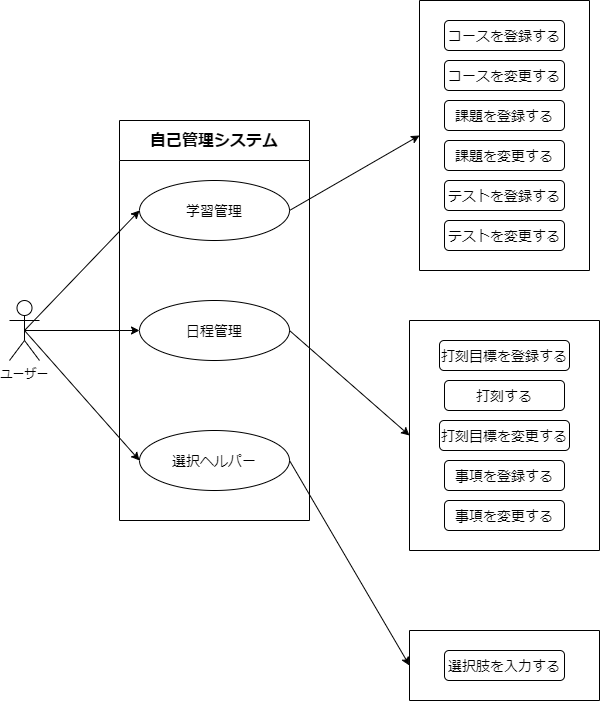
Hu-Hanxu/First-App-Self-Management- keeps this draw.io diagram as Usecase.drawio.png. Above is the earlier version. Source tidied: cells renumbered, new cells last; positions are measured from the earlier drawing's top-left corner, leaving out a move shared by most shapes.
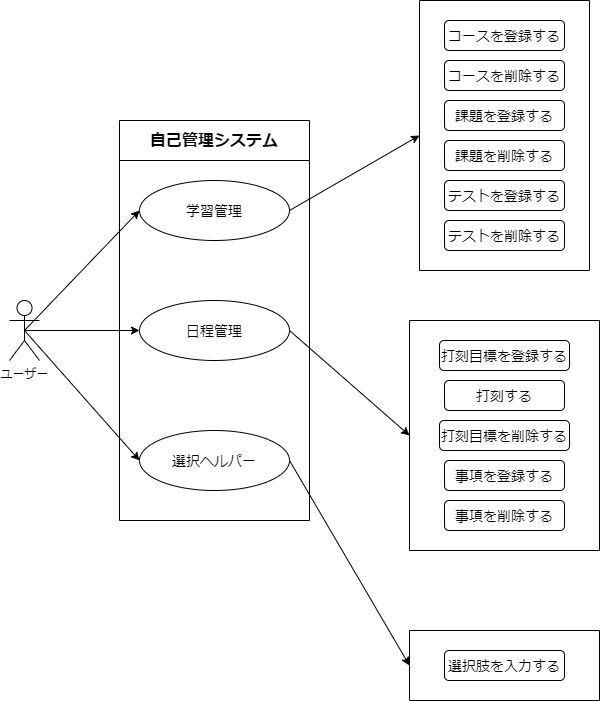
Later version of the same file.

Commit message:
ユースケース図の変更

Change to the diagram source:
```diff
@@ -32,19 +32,19 @@
     <mxCell id="11" value="&lt;font style=&quot;font-size: 14px;&quot;&gt;コースを登録する&lt;/font&gt;" style="rounded=1;whiteSpace=wrap;html=1;fontSize=16;" parent="10" vertex="1">
       <mxGeometry x="25" y="20" width="120" height="30" as="geometry" />
     </mxCell>
-    <mxCell id="12" value="&lt;font style=&quot;font-size: 14px;&quot;&gt;コースを変更する&lt;/font&gt;" style="rounded=1;whiteSpace=wrap;html=1;fontSize=16;" parent="10" vertex="1">
+    <mxCell id="12" value="&lt;font style=&quot;font-size: 14px;&quot;&gt;コースを削除する&lt;/font&gt;" style="rounded=1;whiteSpace=wrap;html=1;fontSize=16;" parent="10" vertex="1">
       <mxGeometry x="25" y="60" width="120" height="30" as="geometry" />
     </mxCell>
     <mxCell id="13" value="&lt;font style=&quot;font-size: 14px;&quot;&gt;課題を登録する&lt;/font&gt;" style="rounded=1;whiteSpace=wrap;html=1;fontSize=16;" parent="10" vertex="1">
       <mxGeometry x="25" y="100" width="120" height="30" as="geometry" />
     </mxCell>
-    <mxCell id="14" value="&lt;font style=&quot;font-size: 14px;&quot;&gt;課題を変更する&lt;/font&gt;" style="rounded=1;whiteSpace=wrap;html=1;fontSize=16;" parent="10" vertex="1">
+    <mxCell id="14" value="&lt;font style=&quot;font-size: 14px;&quot;&gt;課題を削除する&lt;/font&gt;" style="rounded=1;whiteSpace=wrap;html=1;fontSize=16;" parent="10" vertex="1">
       <mxGeometry x="25" y="140" width="120" height="30" as="geometry" />
     </mxCell>
     <mxCell id="15" value="&lt;font style=&quot;font-size: 14px;&quot;&gt;テストを登録する&lt;/font&gt;" style="rounded=1;whiteSpace=wrap;html=1;fontSize=16;" parent="10" vertex="1">
       <mxGeometry x="25" y="180" width="120" height="30" as="geometry" />
     </mxCell>
-    <mxCell id="16" value="&lt;font style=&quot;font-size: 14px;&quot;&gt;テストを変更する&lt;/font&gt;" style="rounded=1;whiteSpace=wrap;html=1;fontSize=16;" parent="10" vertex="1">
+    <mxCell id="16" value="&lt;font style=&quot;font-size: 14px;&quot;&gt;テストを削除する&lt;/font&gt;" style="rounded=1;whiteSpace=wrap;html=1;fontSize=16;" parent="10" vertex="1">
       <mxGeometry x="25" y="220" width="120" height="30" as="geometry" />
     </mxCell>
     <mxCell id="17" style="edgeStyle=none;html=1;exitX=1;exitY=0.5;exitDx=0;exitDy=0;entryX=0;entryY=0.5;entryDx=0;entryDy=0;fontSize=14;" parent="1" edge="1" source="7" target="10">
@@ -59,13 +59,13 @@
     <mxCell id="20" value="&lt;font style=&quot;font-size: 14px;&quot;&gt;打刻する&lt;/font&gt;" style="rounded=1;whiteSpace=wrap;html=1;fontSize=16;" parent="18" vertex="1">
       <mxGeometry x="35" y="60" width="120" height="30" as="geometry" />
     </mxCell>
-    <mxCell id="21" value="&lt;font style=&quot;font-size: 14px;&quot;&gt;打刻目標を変更する&lt;/font&gt;" style="rounded=1;whiteSpace=wrap;html=1;fontSize=16;" parent="18" vertex="1">
+    <mxCell id="21" value="&lt;font style=&quot;font-size: 14px;&quot;&gt;打刻目標を削除する&lt;/font&gt;" style="rounded=1;whiteSpace=wrap;html=1;fontSize=16;" parent="18" vertex="1">
       <mxGeometry x="30" y="100" width="130" height="30" as="geometry" />
     </mxCell>
     <mxCell id="22" value="&lt;font style=&quot;font-size: 14px;&quot;&gt;事項を登録する&lt;/font&gt;" style="rounded=1;whiteSpace=wrap;html=1;fontSize=16;" parent="18" vertex="1">
       <mxGeometry x="35" y="140" width="120" height="30" as="geometry" />
     </mxCell>
-    <mxCell id="23" value="&lt;font style=&quot;font-size: 14px;&quot;&gt;事項を変更する&lt;/font&gt;" style="rounded=1;whiteSpace=wrap;html=1;fontSize=16;" parent="18" vertex="1">
+    <mxCell id="23" value="&lt;font style=&quot;font-size: 14px;&quot;&gt;事項を削除する&lt;/font&gt;" style="rounded=1;whiteSpace=wrap;html=1;fontSize=16;" parent="18" vertex="1">
       <mxGeometry x="35" y="180" width="120" height="30" as="geometry" />
     </mxCell>
     <mxCell id="24" style="edgeStyle=none;html=1;exitX=1;exitY=0.5;exitDx=0;exitDy=0;entryX=0;entryY=0.5;entryDx=0;entryDy=0;fontSize=14;" parent="1" edge="1" source="8" target="18">
```
